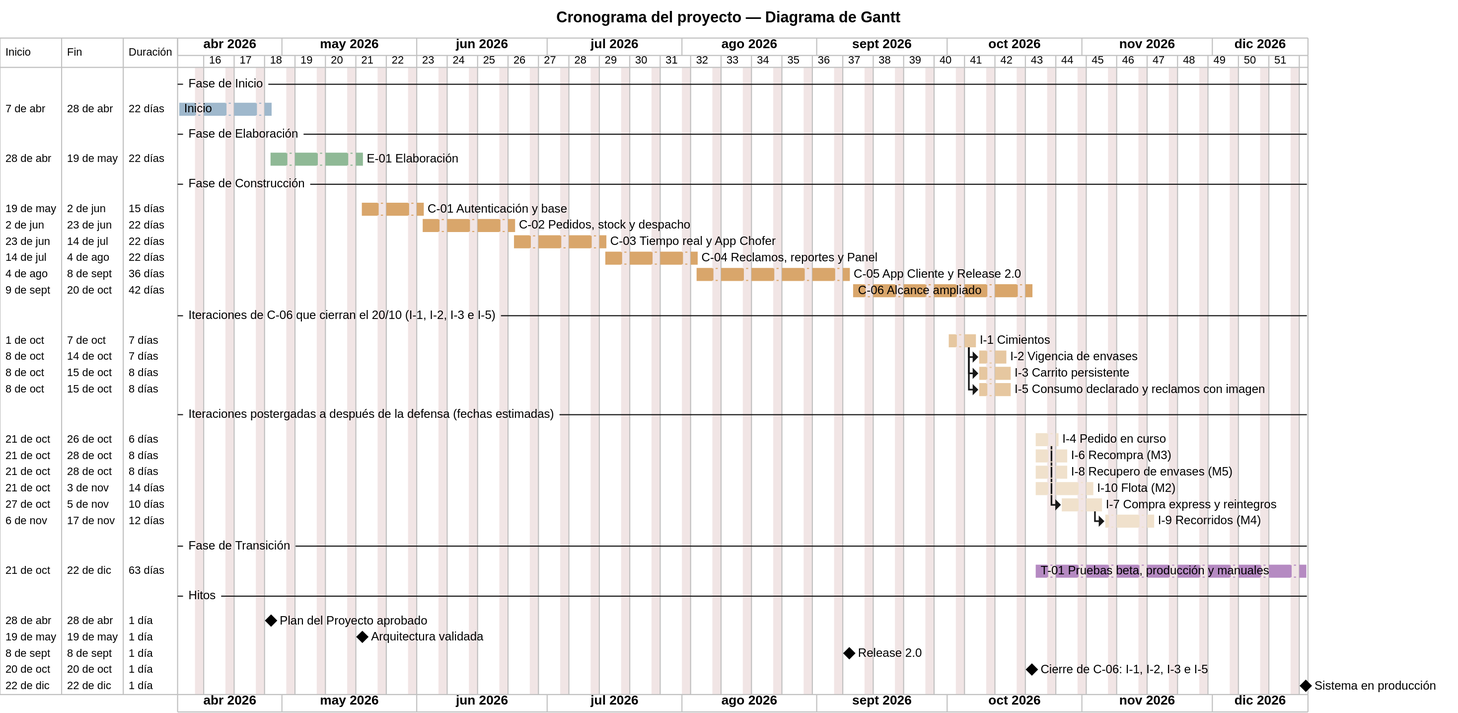
Earlier version of the PlantUML export diagramas/uml/UML_Gantt.svg (Nahuelito-Dev/splg-docs).
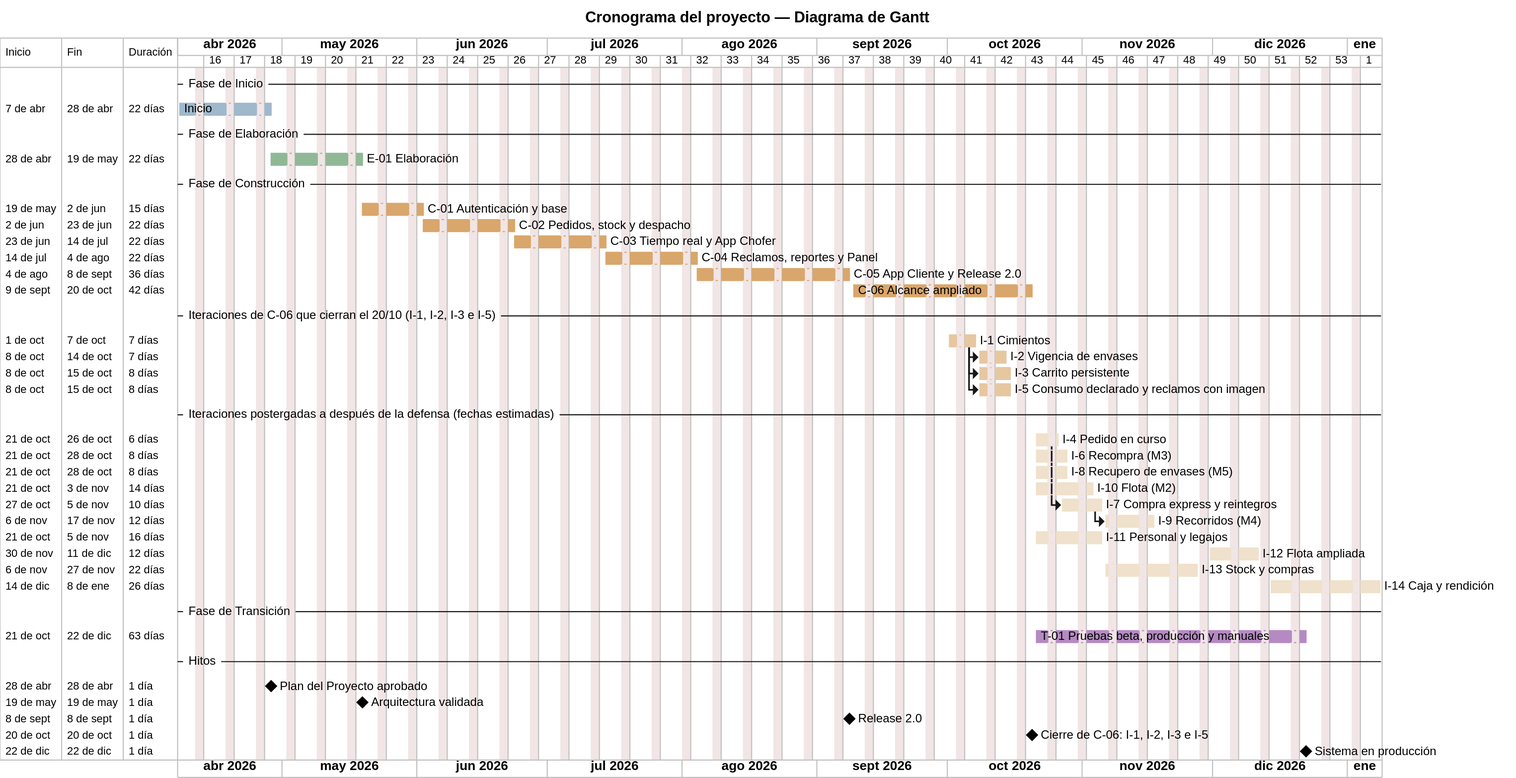
After the commit.

The edit, as a diff of the source:
```diff
@@ -44,12 +44,20 @@
 [I-10 Flota (M2)] as [I10] starts 2026-10-21 and lasts 10 days
 [I-7 Compra express y reintegros] as [I7] starts at [I4]'s end and lasts 8 days
 [I-9 Recorridos (M4)] as [I9] starts at [I7]'s end and lasts 8 days
+[I-11 Personal y legajos] as [I11] starts 2026-10-21 and lasts 12 days
+[I-12 Flota ampliada] as [I12] starts 2026-11-30 and lasts 10 days
+[I-13 Stock y compras] as [I13] starts 2026-11-06 and lasts 16 days
+[I-14 Caja y rendición] as [I14] starts 2026-12-14 and lasts 20 days
 [I4] is colored in #F0E1CC
 [I6] is colored in #F0E1CC
 [I7] is colored in #F0E1CC
 [I8] is colored in #F0E1CC
 [I9] is colored in #F0E1CC
 [I10] is colored in #F0E1CC
+[I11] is colored in #F0E1CC
+[I12] is colored in #F0E1CC
+[I13] is colored in #F0E1CC
+[I14] is colored in #F0E1CC
 -- Fase de Transición --
 [T-01 Pruebas beta, producción y manuales] as [T01] starts 2026-10-21 and ends 2026-12-22
 [T01] is colored in #B58AC2
```
